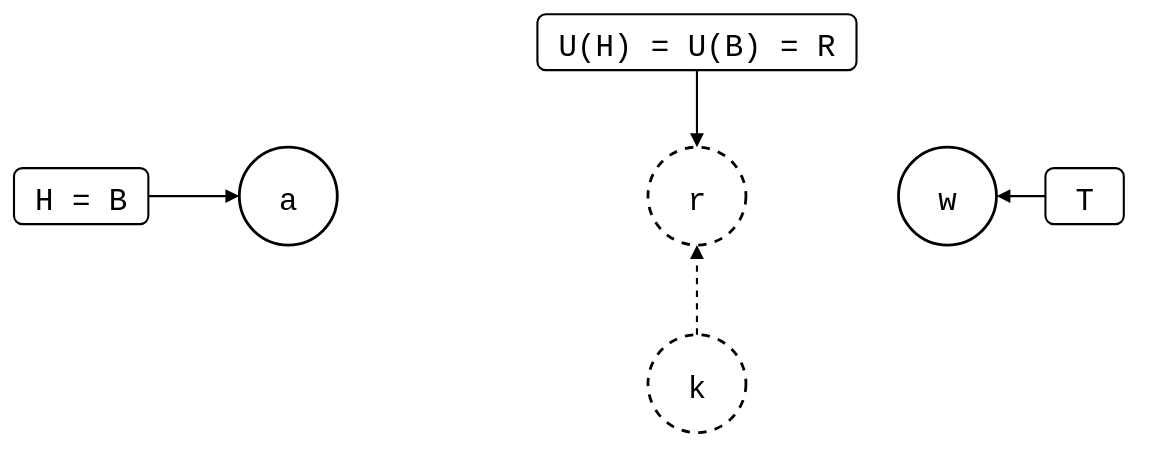
Earlier version of the draw.io export test/scenarios/upstream-rewritten-equal-tree/upstream-rewritten-equal-tree.drawio.svg (roschaefer/git-splice). Source tidied: cells renumbered, new cells last; positions are measured from the earlier drawing's top-left corner, leaving out a move shared by most shapes. Source of this version:
```xml
<mxGraphModel background="#ffffff">
  <root>
    <mxCell id="0" />
    <mxCell id="1" parent="0" />
    <mxCell id="2" value="a" style="ellipse;strokeWidth=2;fontSize=22;fontFamily=Roboto Mono,monospace;" parent="1" vertex="1">
      <mxGeometry x="161" y="95" width="70" height="70" as="geometry" />
    </mxCell>
    <mxCell id="3" value="k" style="ellipse;strokeWidth=2;fontSize=22;fontFamily=Roboto Mono,monospace;dashed=1;" parent="1" vertex="1">
      <mxGeometry x="453" y="229" width="70" height="70" as="geometry" />
    </mxCell>
    <mxCell id="4" value="r" style="ellipse;strokeWidth=2;fontSize=22;fontFamily=Roboto Mono,monospace;dashed=1;" parent="1" vertex="1">
      <mxGeometry x="453" y="95" width="70" height="70" as="geometry" />
    </mxCell>
    <mxCell id="5" value="w" style="ellipse;strokeWidth=2;fontSize=22;fontFamily=Roboto Mono,monospace;" parent="1" vertex="1">
      <mxGeometry x="632" y="95" width="70" height="70" as="geometry" />
    </mxCell>
    <mxCell id="6" value="H = B" style="rounded=1;strokeWidth=1.5;fontSize=22;fontFamily=Roboto Mono,monospace;" parent="1" vertex="1">
      <mxGeometry y="110" width="96" height="40" as="geometry" />
    </mxCell>
    <mxCell id="7" value="U(H) = U(B) = R" style="rounded=1;strokeWidth=1.5;fontSize=22;fontFamily=Roboto Mono,monospace;" parent="1" vertex="1">
      <mxGeometry x="374" width="228" height="40" as="geometry" />
    </mxCell>
    <mxCell id="8" value="T" style="rounded=1;strokeWidth=1.5;fontSize=22;fontFamily=Roboto Mono,monospace;" parent="1" vertex="1">
      <mxGeometry x="737" y="110" width="56" height="40" as="geometry" />
    </mxCell>
    <mxCell id="9" style="endArrow=block;endFill=1;html=1;strokeWidth=1.5;rounded=0;dashed=1;" parent="1" edge="1" source="3" target="4">
      <mxGeometry relative="1" as="geometry" />
    </mxCell>
    <mxCell id="10" style="endArrow=block;endFill=1;html=1;strokeWidth=1.5;rounded=0;" parent="1" edge="1" source="6" target="2">
      <mxGeometry relative="1" as="geometry" />
    </mxCell>
    <mxCell id="11" style="endArrow=block;endFill=1;html=1;strokeWidth=1.5;rounded=0;" parent="1" edge="1" source="7" target="4">
      <mxGeometry relative="1" as="geometry" />
    </mxCell>
    <mxCell id="12" style="endArrow=block;endFill=1;html=1;strokeWidth=1.5;rounded=0;" parent="1" edge="1" source="8" target="5">
      <mxGeometry relative="1" as="geometry" />
    </mxCell>
  </root>
</mxGraphModel>
```
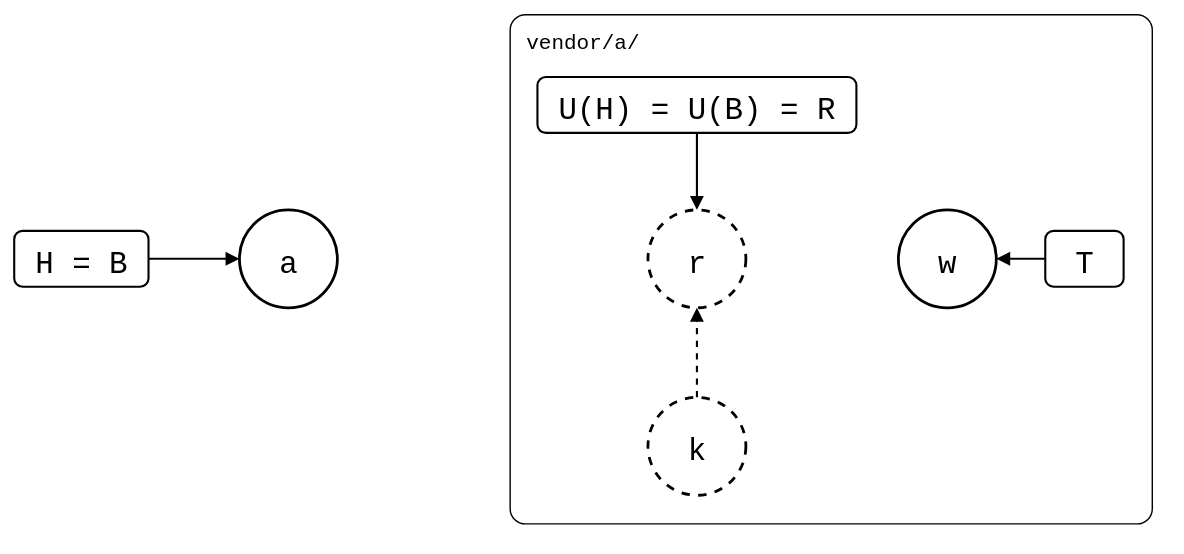
After the commit.

Change to the diagram source:
```diff
@@ -2,6 +2,9 @@
   <root>
     <mxCell id="0" />
     <mxCell id="1" parent="0" />
+    <mxCell id="13" value="vendor/a/" style="rounded=1;arcSize=3;fillColor=none;strokeWidth=1;fontSize=15;verticalAlign=top;align=left;spacingLeft=10;spacingTop=4;fontFamily=Roboto Mono,monospace;" parent="1" vertex="1">
+      <mxGeometry x="354" y="-45" width="459" height="364" as="geometry" />
+    </mxCell>
     <mxCell id="2" value="a" style="ellipse;strokeWidth=2;fontSize=22;fontFamily=Roboto Mono,monospace;" parent="1" vertex="1">
       <mxGeometry x="161" y="95" width="70" height="70" as="geometry" />
     </mxCell>
```
